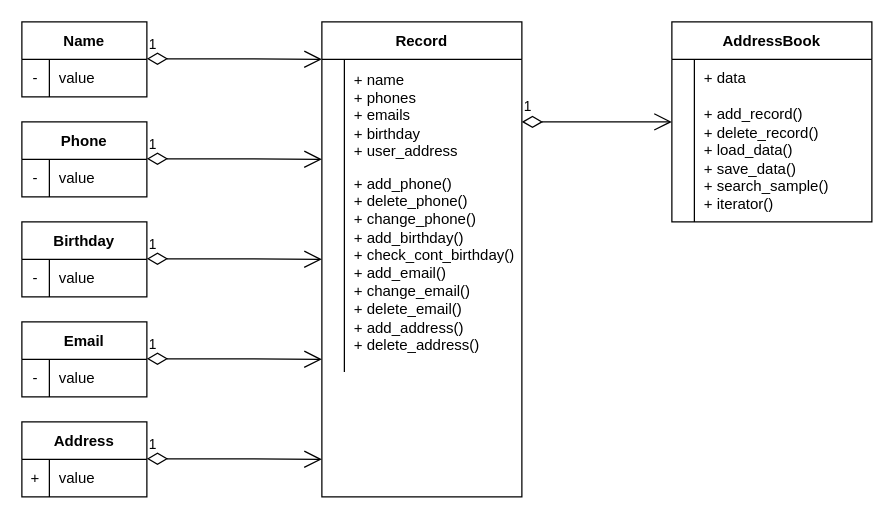
The draw.io diagram diagram_1.drawio in Dishalex/Hw01_web, before the edit. Source tidied: cells renumbered, new cells numbered last; positions are measured from the earlier drawing's top-left corner, leaving out a move shared by most shapes. Both pictures are drawn from the tidied source at 125%, with x=0, y=0 at pixel (21, 21).
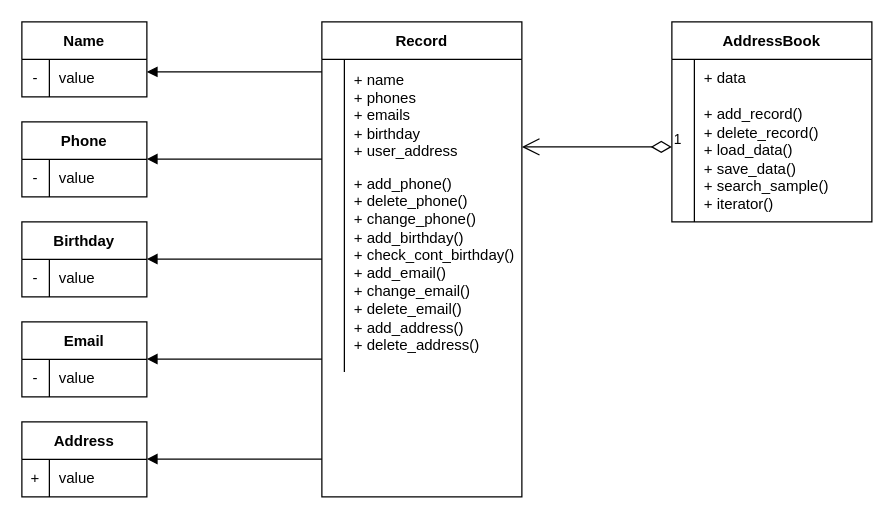
The same page after the edit.

Change to the diagram source:
```diff
@@
-    <mxCell id="36" value="1" style="endArrow=open;html=1;endSize=12;startArrow=diamondThin;startSize=14;startFill=0;edgeStyle=orthogonalEdgeStyle;align=left;verticalAlign=bottom;" parent="1" edge="1">
-      <mxGeometry x="-1" y="3" relative="1" as="geometry">
-        <mxPoint x="100" y="29.5" as="sourcePoint" />
-        <mxPoint x="240" y="30" as="targetPoint" />
-        <Array as="points">
-          <mxPoint x="170" y="30" />
-          <mxPoint x="170" y="30" />
-        </Array>
-      </mxGeometry>
-    </mxCell>
-    <mxCell id="37" value="1" style="endArrow=open;html=1;endSize=12;startArrow=diamondThin;startSize=14;startFill=0;edgeStyle=orthogonalEdgeStyle;align=left;verticalAlign=bottom;" parent="1" edge="1">
-      <mxGeometry x="-1" y="3" relative="1" as="geometry">
-        <mxPoint x="100" y="109.5" as="sourcePoint" />
-        <mxPoint x="240" y="110" as="targetPoint" />
-        <Array as="points">
-          <mxPoint x="170" y="110" />
-          <mxPoint x="170" y="110" />
-        </Array>
-      </mxGeometry>
-    </mxCell>
-    <mxCell id="38" value="1" style="endArrow=open;html=1;endSize=12;startArrow=diamondThin;startSize=14;startFill=0;edgeStyle=orthogonalEdgeStyle;align=left;verticalAlign=bottom;" parent="1" edge="1">
-      <mxGeometry x="-1" y="3" relative="1" as="geometry">
-        <mxPoint x="100" y="189.5" as="sourcePoint" />
-        <mxPoint x="240" y="190" as="targetPoint" />
-        <Array as="points">
-          <mxPoint x="170" y="190" />
-          <mxPoint x="170" y="190" />
-        </Array>
-      </mxGeometry>
-    </mxCell>
-    <mxCell id="39" value="1" style="endArrow=open;html=1;endSize=12;startArrow=diamondThin;startSize=14;startFill=0;edgeStyle=orthogonalEdgeStyle;align=left;verticalAlign=bottom;" parent="1" edge="1">
-      <mxGeometry x="-1" y="3" relative="1" as="geometry">
-        <mxPoint x="100" y="269.5" as="sourcePoint" />
-        <mxPoint x="240" y="270" as="targetPoint" />
-        <Array as="points">
-          <mxPoint x="170" y="270" />
-          <mxPoint x="170" y="270" />
-        </Array>
-      </mxGeometry>
-    </mxCell>
-    <mxCell id="40" value="1" style="endArrow=open;html=1;endSize=12;startArrow=diamondThin;startSize=14;startFill=0;edgeStyle=orthogonalEdgeStyle;align=left;verticalAlign=bottom;" parent="1" edge="1">
-      <mxGeometry x="-1" y="3" relative="1" as="geometry">
-        <mxPoint x="100" y="349.5" as="sourcePoint" />
-        <mxPoint x="240" y="350" as="targetPoint" />
-        <Array as="points">
-          <mxPoint x="170" y="350" />
-          <mxPoint x="170" y="350" />
-        </Array>
-      </mxGeometry>
-    </mxCell>
     <mxCell id="41" value="1" style="endArrow=open;html=1;endSize=12;startArrow=diamondThin;startSize=14;startFill=0;edgeStyle=orthogonalEdgeStyle;align=left;verticalAlign=bottom;" parent="1" edge="1">
       <mxGeometry x="-1" y="3" relative="1" as="geometry">
-        <mxPoint x="400" y="80" as="sourcePoint" />
-        <mxPoint x="520" y="80" as="targetPoint" />
+        <mxPoint x="520" y="100" as="sourcePoint" />
+        <mxPoint x="400" y="100" as="targetPoint" />
         <Array as="points">
-          <mxPoint x="470" y="80.5" />
-          <mxPoint x="470" y="80.5" />
+          <mxPoint x="401" y="100" />
         </Array>
       </mxGeometry>
     </mxCell>
+    <mxCell id="42" style="endArrow=block;endFill=1;html=1;edgeStyle=orthogonalEdgeStyle;align=left;verticalAlign=top;rounded=0;" parent="1" edge="1">
+      <mxGeometry x="-1" relative="1" as="geometry">
+        <mxPoint x="240" y="40" as="sourcePoint" />
+        <mxPoint x="100" y="40" as="targetPoint" />
+      </mxGeometry>
+    </mxCell>
+    <mxCell id="43" style="endArrow=block;endFill=1;html=1;edgeStyle=orthogonalEdgeStyle;align=left;verticalAlign=top;rounded=0;" parent="1" edge="1">
+      <mxGeometry x="-1" relative="1" as="geometry">
+        <mxPoint x="240" y="109.7" as="sourcePoint" />
+        <mxPoint x="100" y="109.7" as="targetPoint" />
+      </mxGeometry>
+    </mxCell>
+    <mxCell id="44" style="endArrow=block;endFill=1;html=1;edgeStyle=orthogonalEdgeStyle;align=left;verticalAlign=top;rounded=0;" parent="1" edge="1">
+      <mxGeometry x="-1" relative="1" as="geometry">
+        <mxPoint x="240" y="189.7" as="sourcePoint" />
+        <mxPoint x="100" y="189.7" as="targetPoint" />
+      </mxGeometry>
+    </mxCell>
+    <mxCell id="45" style="endArrow=block;endFill=1;html=1;edgeStyle=orthogonalEdgeStyle;align=left;verticalAlign=top;rounded=0;" parent="1" edge="1">
+      <mxGeometry x="-1" relative="1" as="geometry">
+        <mxPoint x="240" y="269.7" as="sourcePoint" />
+        <mxPoint x="100" y="269.7" as="targetPoint" />
+      </mxGeometry>
+    </mxCell>
+    <mxCell id="46" style="endArrow=block;endFill=1;html=1;edgeStyle=orthogonalEdgeStyle;align=left;verticalAlign=top;rounded=0;" parent="1" edge="1">
+      <mxGeometry x="-1" relative="1" as="geometry">
+        <mxPoint x="240" y="349.7" as="sourcePoint" />
+        <mxPoint x="100" y="349.7" as="targetPoint" />
+      </mxGeometry>
+    </mxCell>
```
